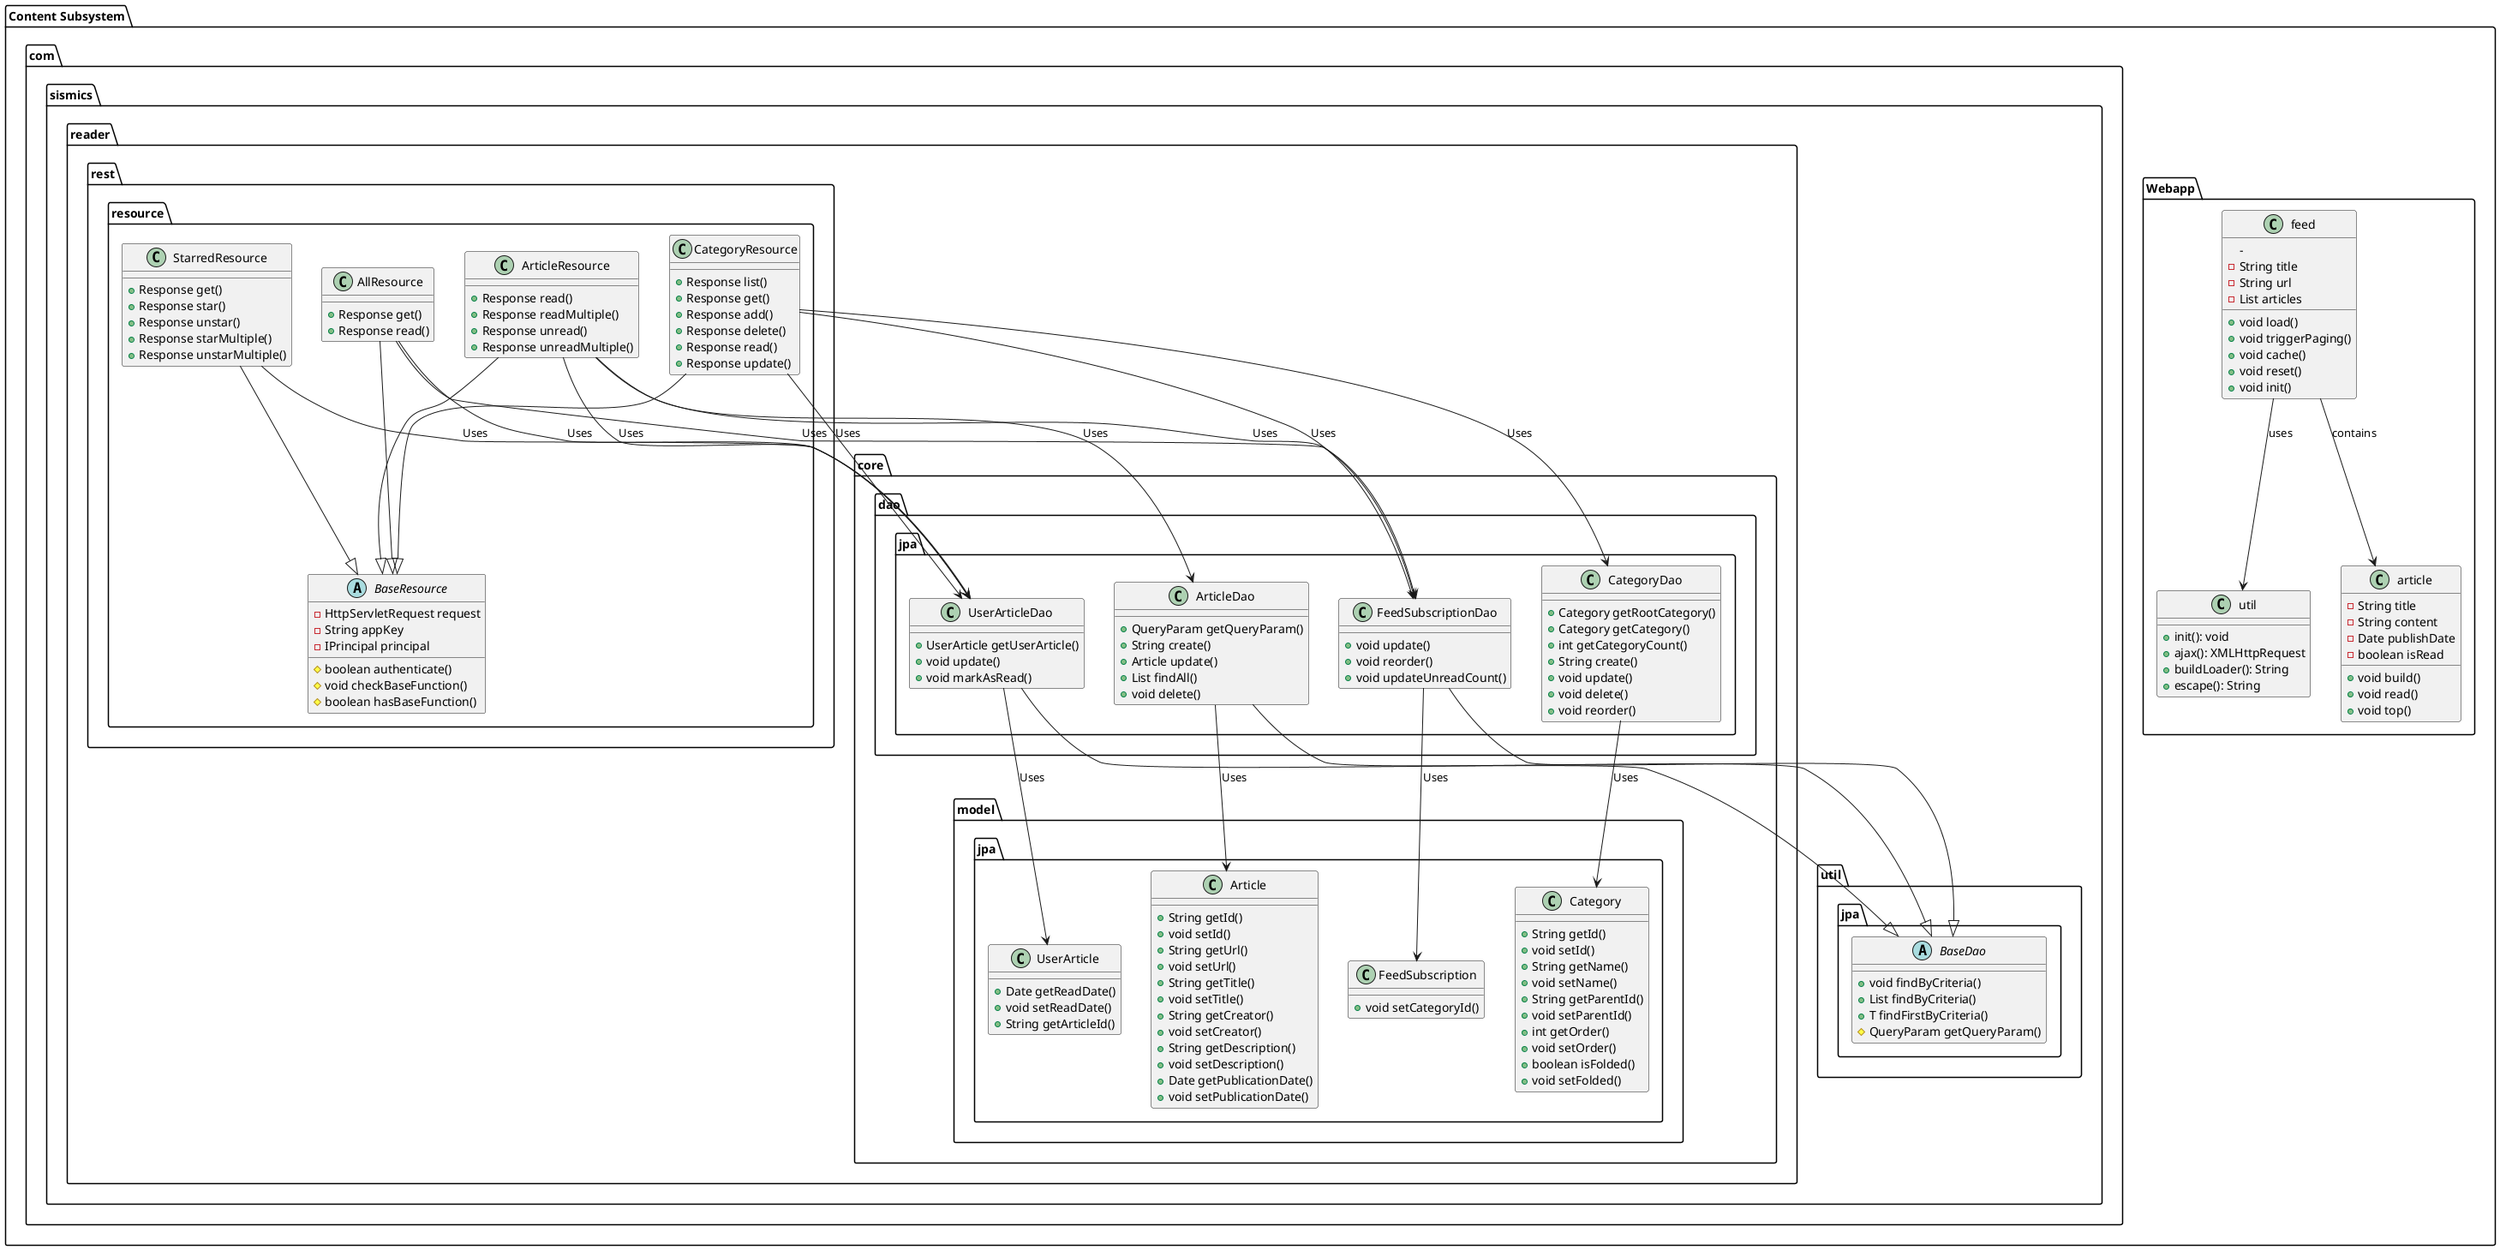
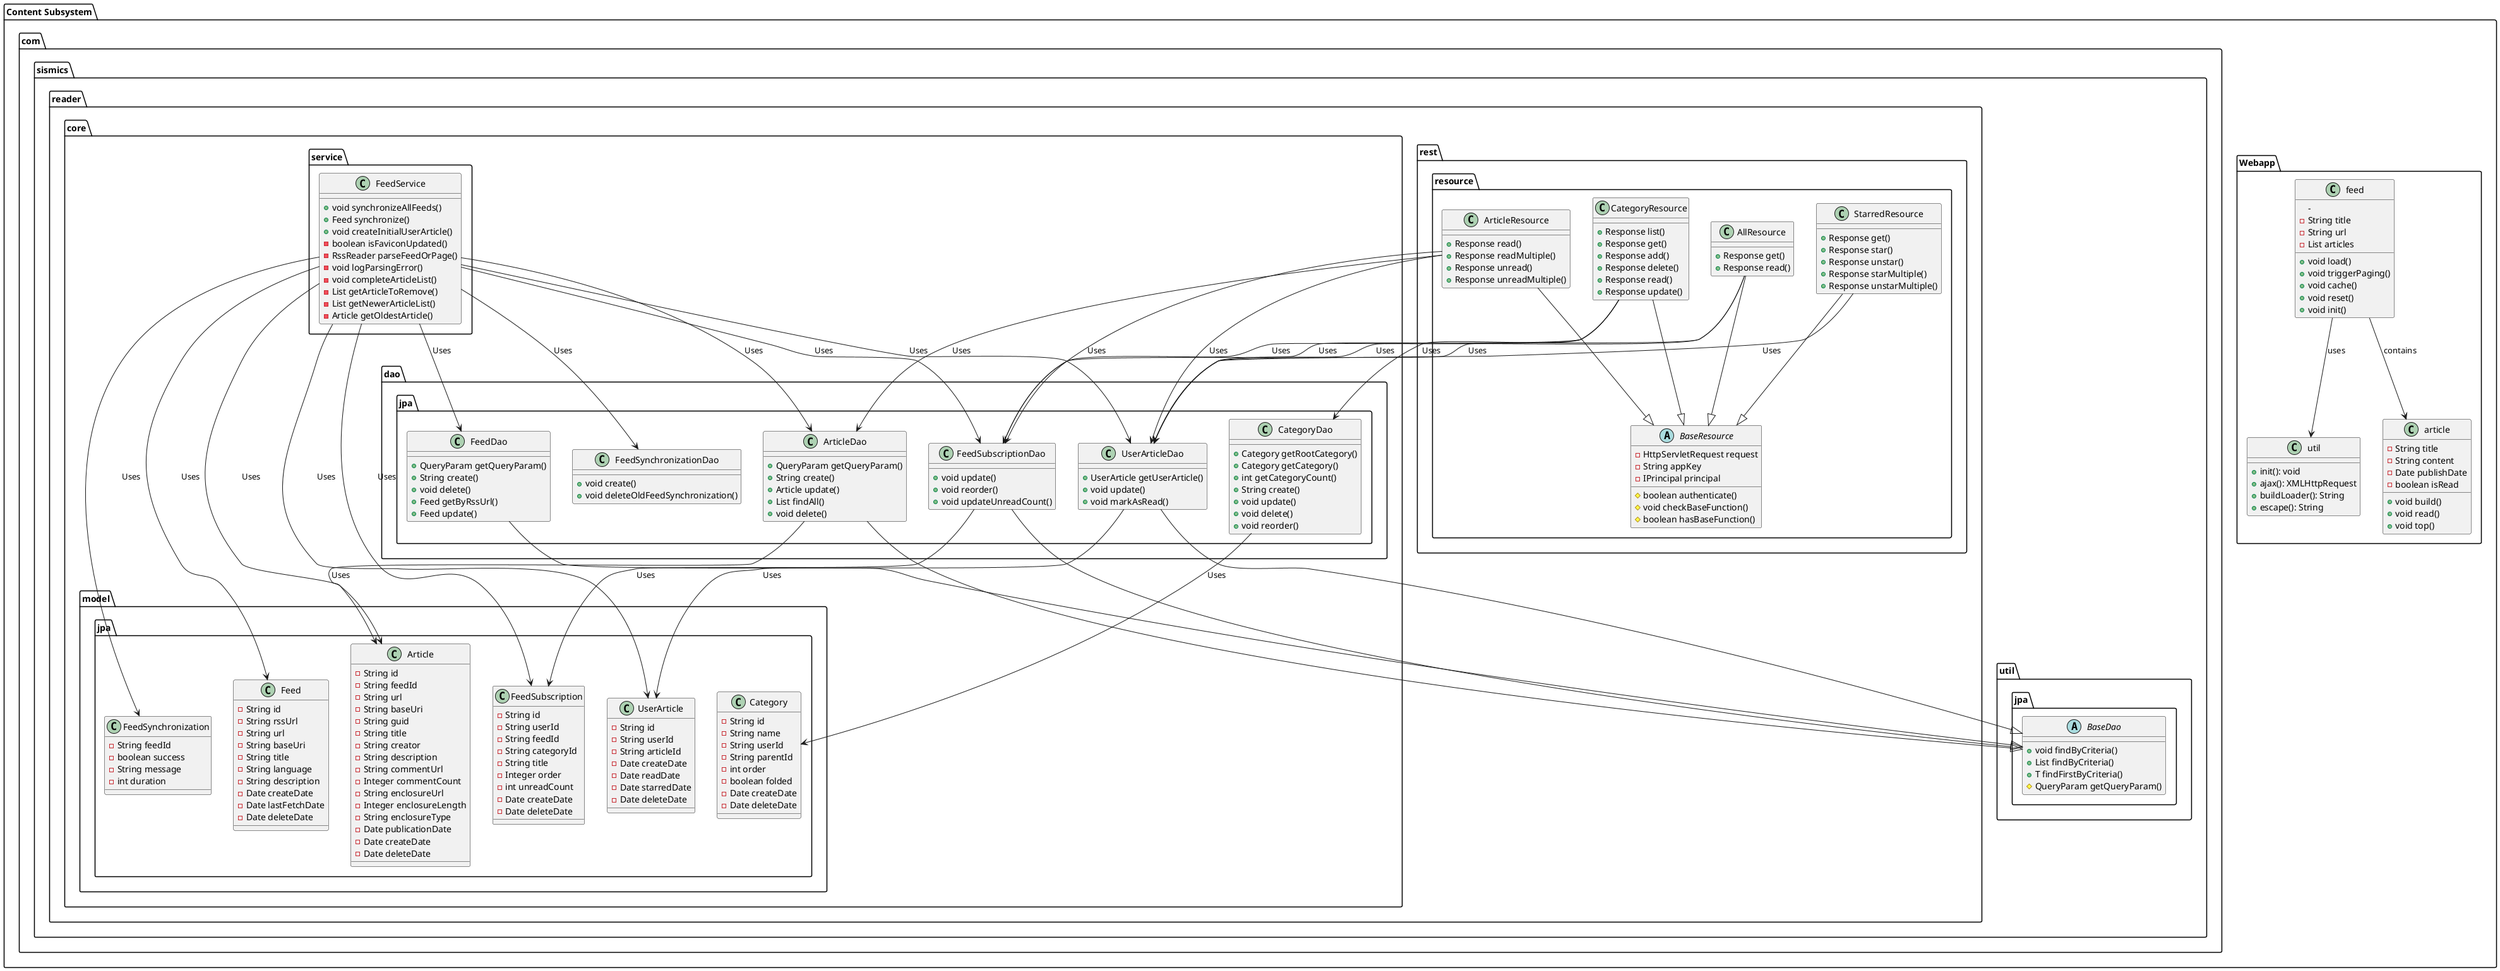
@startuml ui_interface_class_diagram
'Understand the code from interface(REST) to UI'
/'
 // Calling API for all the api interaction
'/

/'Load have the api calling and build the feed list
Add item to context.bumper list
reset the feed context
target based URL
List of endpoint
1. /All
2. /all?unread=true
3. ../api/subscription/{id}
4. ../api/category/{id}
'/
package "Content Subsystem"{
  package "Webapp"{
    class feed {
      -
      -String title
      -String url
      -List articles

      +void load()
      +void triggerPaging()
      +void cache()
      +void reset()
      +void init()
    }

    'Build the feed list, add all meta data and display the feed list'
    class article {
      -String title
      -String content
      -Date publishDate
      -boolean isRead

      +void build()
      +void read()
      +void top()
    }

    class util {
      +init(): void
      +ajax(): XMLHttpRequest
      +buildLoader(): String
      +escape(): String
    }

    feed --> article : contains
    feed --> util : uses
  }

  package "com.sismics.reader.rest.resource" {
    abstract class BaseResource {
        - HttpServletRequest request
        - String appKey
        - IPrincipal principal

        # boolean authenticate()
        # void checkBaseFunction()
        # boolean hasBaseFunction()
    }

    class AllResource {
        + Response get()
        + Response read()
    }

    class ArticleResource {
        + Response read()
        + Response readMultiple()
        + Response unread()
        + Response unreadMultiple()
    }

    class StarredResource {
        + Response get()
        + Response star()
        + Response unstar()
        + Response starMultiple()
        + Response unstarMultiple()
    }

    class CategoryResource {
        + Response list()
        + Response get()
        + Response add()
        + Response delete()
        + Response read()
        + Response update()
    }

    AllResource --|> BaseResource
    ArticleResource --|> BaseResource
    StarredResource --|> BaseResource
    CategoryResource --|> BaseResource
  }

  package "com.sismics.util.jpa" {
    abstract class BaseDao {
        + void findByCriteria()
        + List findByCriteria()
        + T findFirstByCriteria()
        # QueryParam getQueryParam()
    }
  }

  package "com.sismics.reader.core.dao.jpa" {
    class CategoryDao {
        + Category getRootCategory()
        + Category getCategory()
        + int getCategoryCount()
        + String create()
        + void update()
        + void delete()
        + void reorder()
    }

    class UserArticleDao {
        + UserArticle getUserArticle()
        + void update()
        + void markAsRead()
    }

    class ArticleDao {
        + QueryParam getQueryParam()
        + String create()
        + Article update()
        + List findAll()
        + void delete()
    }

+     class FeedDao {
+         + QueryParam getQueryParam()
+         + String create()
+         + void delete()
+         + Feed getByRssUrl()
+         + Feed update()
+     }
+ 
+     class FeedSynchronizationDao {
+         + void create()
+         + void deleteOldFeedSynchronization()
+     }
+ 
    class FeedSubscriptionDao {
        + void update()
        + void reorder()
        + void updateUnreadCount()
    }
  }
  ArticleDao --|> BaseDao
  UserArticleDao --|> BaseDao
  FeedSubscriptionDao --|> BaseDao
+   FeedDao --|> BaseDao

  AllResource --> UserArticleDao : Uses
  AllResource --> FeedSubscriptionDao : Uses
  ArticleResource --> UserArticleDao : Uses
  ArticleResource --> ArticleDao : Uses
  ArticleResource --> FeedSubscriptionDao : Uses
  StarredResource --> UserArticleDao : Uses
  CategoryResource --> CategoryDao : Uses
  CategoryResource --> FeedSubscriptionDao : Uses
  CategoryResource --> UserArticleDao : Uses

  package "com.sismics.reader.core.model.jpa" {
    class Article {
-         + String getId()
-         + void setId()
-         + String getUrl()
-         + void setUrl()
-         + String getTitle()
-         + void setTitle()
-         + String getCreator()
-         + void setCreator()
-         + String getDescription()
-         + void setDescription()
-         + Date getPublicationDate()
-         + void setPublicationDate()
+         - String id
+         - String feedId
+         - String url
+         - String baseUri
+         - String guid
+         - String title
+         - String creator
+         - String description
+         - String commentUrl
+         - Integer commentCount
+         - String enclosureUrl
+         - Integer enclosureLength
+         - String enclosureType
+         - Date publicationDate
+         - Date createDate
+         - Date deleteDate
    }

    class UserArticle {
-         + Date getReadDate()
-         + void setReadDate()
-         + String getArticleId()
+         - String id
+         - String userId
+         - String articleId
+         - Date createDate
+         - Date readDate
+         - Date starredDate
+         - Date deleteDate
    }

    class Category {
-         + String getId()
-         + void setId()
-         + String getName()
-         + void setName()
-         + String getParentId()
-         + void setParentId()
-         + int getOrder()
-         + void setOrder()
-         + boolean isFolded()
-         + void setFolded()
+         - String id
+         - String name
+         - String userId
+         - String parentId
+         - int order
+         - boolean folded
+         - Date createDate
+         - Date deleteDate
    }

    class FeedSubscription {
-         + void setCategoryId()
+         - String id
+         - String userId
+         - String feedId
+         - String categoryId
+         - String title
+         - Integer order
+         - int unreadCount
+         - Date createDate
+         - Date deleteDate
+     }
+ 
+     class FeedSynchronization {
+         - String feedId
+         - boolean success
+         - String message
+         - int duration
+     }
+ 
+     class Feed {
+         - String id
+         - String rssUrl
+         - String url
+         - String baseUri
+         - String title
+         - String language
+         - String description
+         - Date createDate
+         - Date lastFetchDate
+         - Date deleteDate
    }
  }
  ArticleDao --> Article : Uses
  UserArticleDao --> UserArticle : Uses
  FeedSubscriptionDao --> FeedSubscription : Uses
  CategoryDao --> Category : Uses
+ 
+   package "com.sismics.reader.core.service" {
+     class FeedService {
+         + void synchronizeAllFeeds()
+         + Feed synchronize()
+         + void createInitialUserArticle()
+         - boolean isFaviconUpdated()
+         - RssReader parseFeedOrPage()
+         - void logParsingError()
+         - void completeArticleList()
+         - List getArticleToRemove()
+         - List getNewerArticleList()
+         - Article getOldestArticle()
+     }
+   }
+ 
+   FeedService --> FeedDao : Uses
+   FeedService --> ArticleDao : Uses
+   FeedService --> UserArticleDao : Uses
+   FeedService --> FeedSubscriptionDao : Uses
+   FeedService --> FeedSynchronizationDao : Uses
+   FeedService --> Feed : Uses
+   FeedService --> Article : Uses
+   FeedService --> UserArticle : Uses
+   FeedService --> FeedSubscription : Uses
+   FeedService --> FeedSynchronization : Uses
}



@enduml